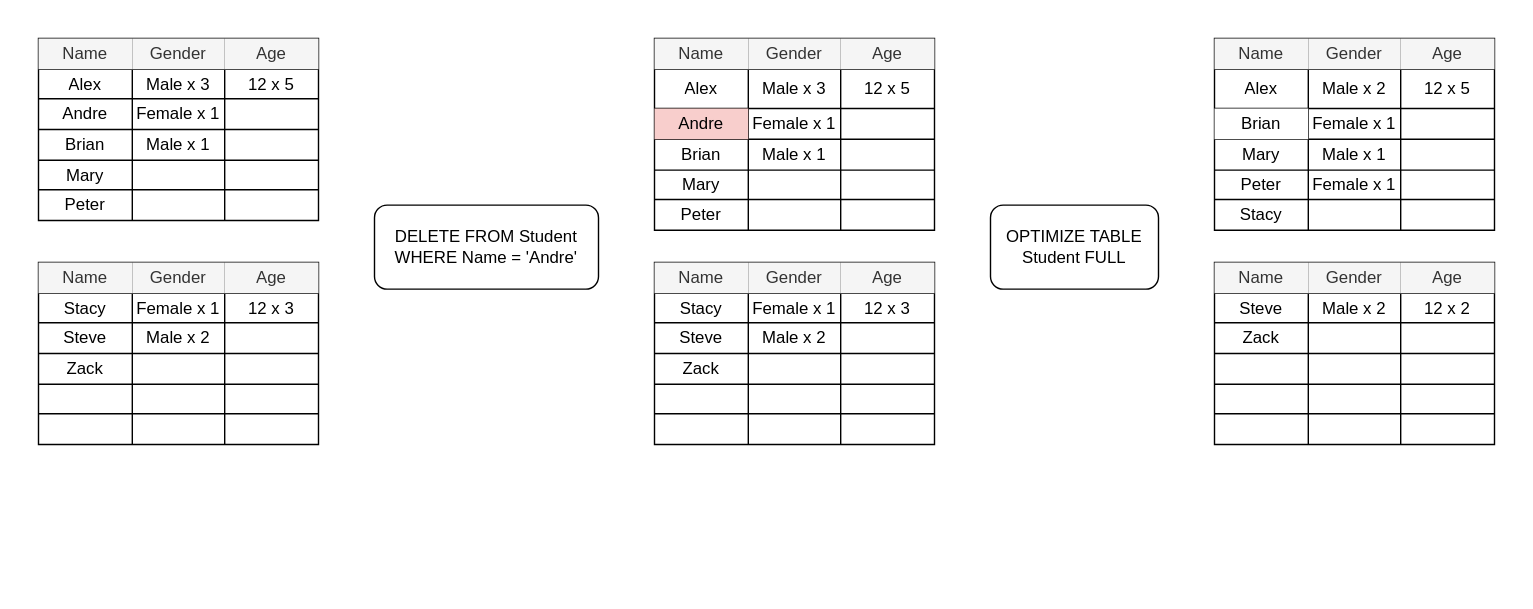
This is page "DELETE" (1 of 2) of ss_columnstore.drawio from yarokko/diagrams, a draw.io file, before an edit. Source tidied: cells renumbered, new cells numbered last; positions are measured from the earlier drawing's top-left corner, leaving out a move shared by most shapes. Both pictures are drawn from the tidied source at 140%, with x=0, y=0 at pixel (38, 38).
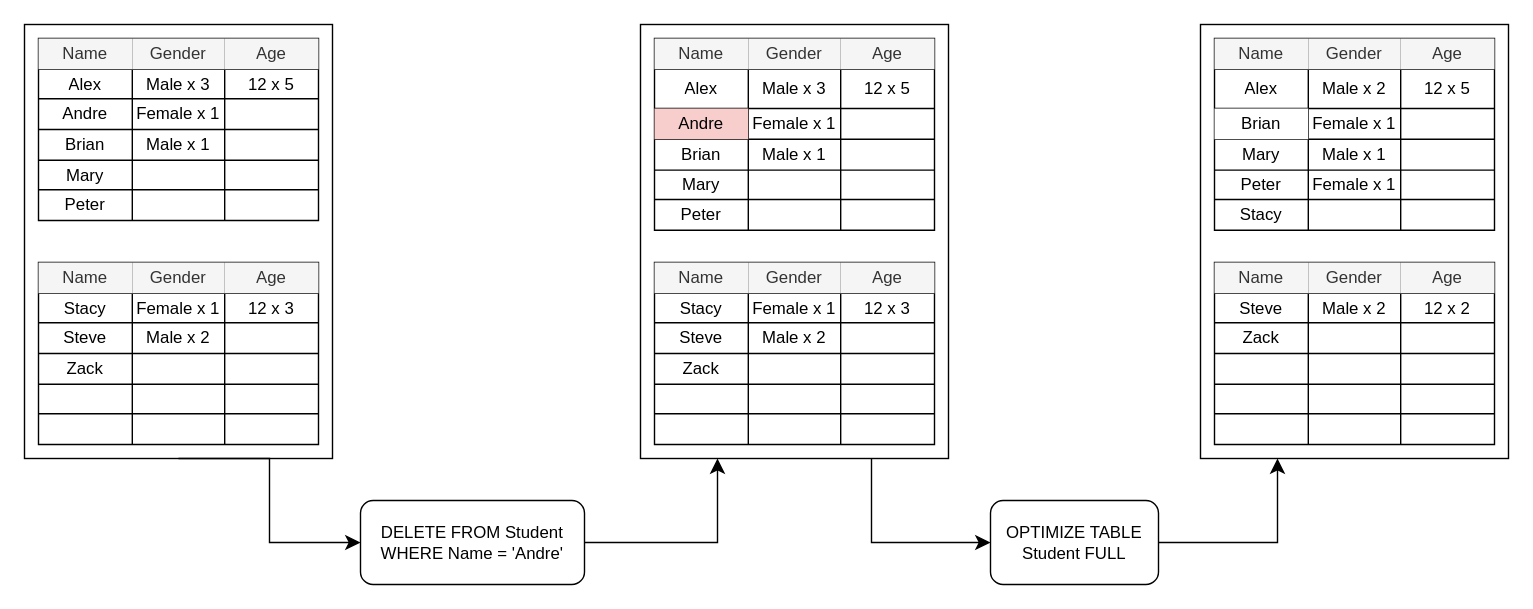
The same diagram, later.

The edit, as a diff of the source:
```diff
@@
+    <mxCell id="154" style="rounded=0;whiteSpace=wrap;html=1;" parent="1" vertex="1">
+      <mxGeometry x="830" y="-10" width="220" height="310" as="geometry" />
+    </mxCell>
+    <mxCell id="155" style="rounded=0;whiteSpace=wrap;html=1;" parent="1" vertex="1">
+      <mxGeometry x="430" y="-10" width="220" height="310" as="geometry" />
+    </mxCell>
+    <mxCell id="156" style="rounded=0;whiteSpace=wrap;html=1;" parent="1" vertex="1">
+      <mxGeometry x="-10" y="-10" width="220" height="310" as="geometry" />
+    </mxCell>
@@
     <mxCell id="27" value="DELETE FROM Student WHERE Name = 'Andre'" style="rounded=1;whiteSpace=wrap;html=1;" parent="1" vertex="1">
-      <mxGeometry x="240" y="119" width="160" height="60" as="geometry" />
+      <mxGeometry x="230" y="330" width="160" height="60" as="geometry" />
     </mxCell>
@@
     <mxCell id="103" value="OPTIMIZE TABLE Student FULL" style="rounded=1;whiteSpace=wrap;html=1;" parent="1" vertex="1">
-      <mxGeometry x="680" y="119" width="120" height="60" as="geometry" />
+      <mxGeometry x="680" y="330" width="120" height="60" as="geometry" />
     </mxCell>
@@
+    <mxCell id="157" style="edgeStyle=elbowEdgeStyle;elbow=horizontal;endArrow=classic;html=1;curved=0;rounded=0;endSize=8;startSize=8;exitX=0.5;exitY=1;exitDx=0;exitDy=0;entryX=0;entryY=0.5;entryDx=0;entryDy=0;" parent="1" edge="1" source="156" target="27">
+      <mxGeometry relative="1" as="geometry" />
+    </mxCell>
+    <mxCell id="158" style="edgeStyle=segmentEdgeStyle;endArrow=classic;html=1;curved=0;rounded=0;endSize=8;startSize=8;exitX=1;exitY=0.5;exitDx=0;exitDy=0;entryX=0.25;entryY=1;entryDx=0;entryDy=0;" parent="1" edge="1" source="27" target="155">
+      <mxGeometry relative="1" as="geometry" />
+    </mxCell>
+    <mxCell id="159" style="edgeStyle=segmentEdgeStyle;endArrow=classic;html=1;curved=0;rounded=0;endSize=8;startSize=8;exitX=0.75;exitY=1;exitDx=0;exitDy=0;entryX=0;entryY=0.5;entryDx=0;entryDy=0;" parent="1" edge="1" source="155" target="103">
+      <mxGeometry relative="1" as="geometry">
+        <Array as="points">
+          <mxPoint x="595" y="360" />
+        </Array>
+      </mxGeometry>
+    </mxCell>
+    <mxCell id="160" style="edgeStyle=segmentEdgeStyle;endArrow=classic;html=1;curved=0;rounded=0;endSize=8;startSize=8;exitX=1;exitY=0.5;exitDx=0;exitDy=0;entryX=0.25;entryY=1;entryDx=0;entryDy=0;" parent="1" edge="1" source="103" target="154">
+      <mxGeometry relative="1" as="geometry" />
+    </mxCell>
```
